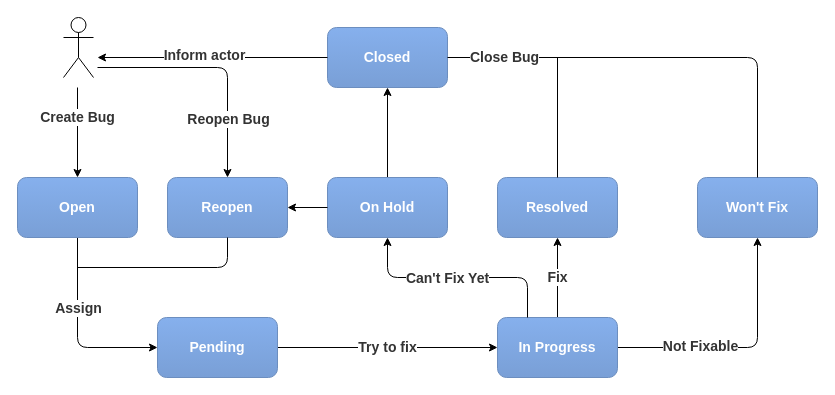
Earlier version of the draw.io diagram resources/Bugtracker Status Flow.drawio (chrismeijer/bugtracker). Source tidied: cells renumbered, new cells numbered last; positions are measured from the earlier drawing's top-left corner, leaving out a move shared by most shapes. Both pictures are drawn from the tidied source at 100%, with x=0, y=0 at pixel (17, 17).
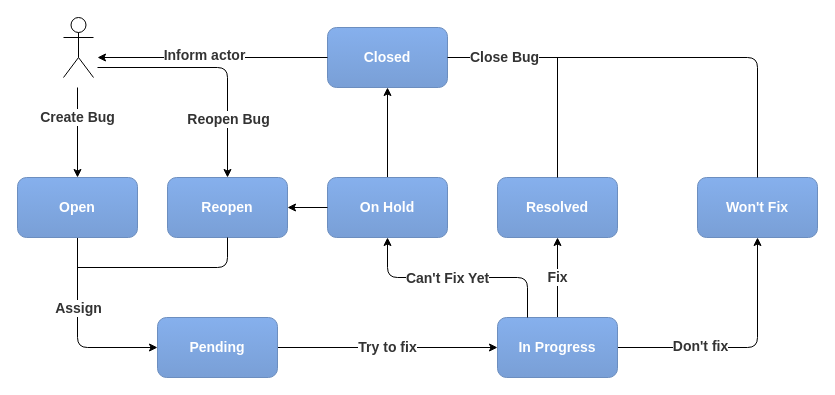
The same diagram, later.

The change refers to these unchanged cells:
```xml
<mxCell id="7" style="edgeStyle=orthogonalEdgeStyle;rounded=1;jettySize=auto;html=1;fontFamily=Montserrat;fontSize=14;fontColor=#333333;fontStyle=1;" parent="1" edge="1" source="10" target="16">
  <mxGeometry relative="1" as="geometry" />
</mxCell>
```

What changed in the source:
```diff
@@
-    <mxCell id="8" value="Not Fixable" style="text;html=1;align=center;verticalAlign=middle;labelBackgroundColor=#ffffff;fontSize=14;fontFamily=Montserrat;fontColor=#333333;fontStyle=1;" parent="7" vertex="1">
+    <mxCell id="8" value="Don't fix" style="text;html=1;align=center;verticalAlign=middle;labelBackgroundColor=#ffffff;fontSize=14;fontFamily=Montserrat;fontColor=#333333;fontStyle=1;" parent="7" vertex="1">
       <mxGeometry x="-0.66" y="2" relative="1" as="geometry">
         <mxPoint x="40" as="offset" />
       </mxGeometry>
     </mxCell>
```
